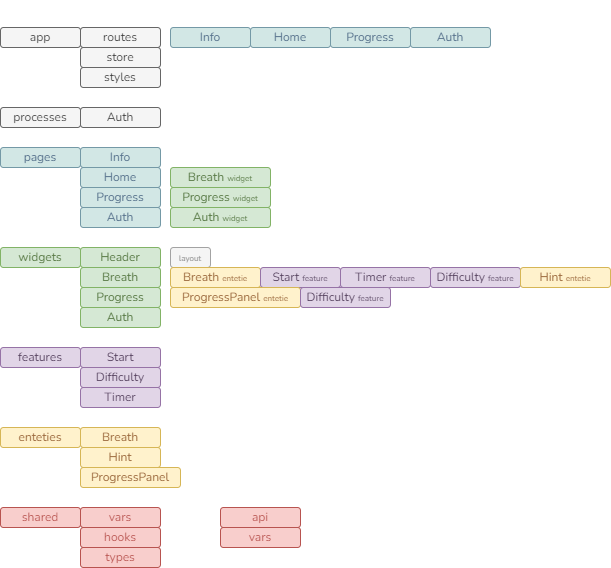
This is public/breath-structure.drawio.png from AlexandrKataev/breath-react, a draw.io export, as it was before one commit. Source tidied: cells renumbered, new cells last; positions are measured from the earlier drawing's top-left corner, leaving out a move shared by most shapes.
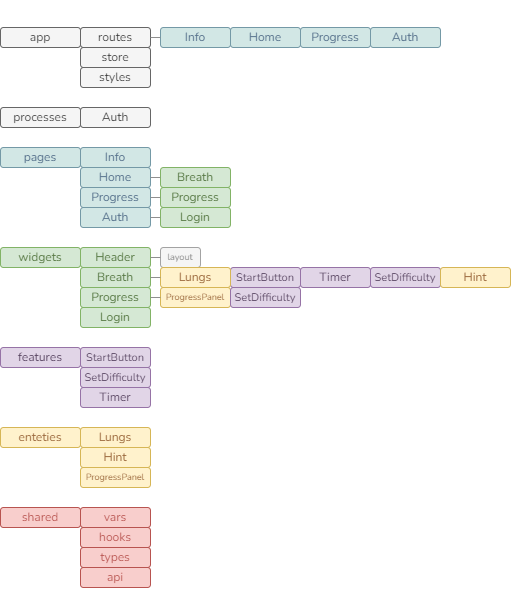
The same file after the commit.

The edit, as a diff of the source:
```diff
@@ -21,124 +21,142 @@
       <mxGeometry y="480" width="80" height="20" as="geometry" />
     </mxCell>
     <mxCell id="8" value="store" style="rounded=1;whiteSpace=wrap;html=1;fontFamily=Nunito;fontSource=https%3A%2F%2Ffonts.googleapis.com%2Fcss%3Ffamily%3DNunito;fillColor=#f5f5f5;fontColor=#333333;strokeColor=#666666;" parent="1" vertex="1">
-      <mxGeometry x="80" y="20" width="80" height="20" as="geometry" />
+      <mxGeometry x="80" y="20" width="70" height="20" as="geometry" />
     </mxCell>
     <mxCell id="9" value="styles" style="rounded=1;whiteSpace=wrap;html=1;fontFamily=Nunito;fontSource=https%3A%2F%2Ffonts.googleapis.com%2Fcss%3Ffamily%3DNunito;fillColor=#f5f5f5;fontColor=#333333;strokeColor=#666666;" parent="1" vertex="1">
-      <mxGeometry x="80" y="40" width="80" height="20" as="geometry" />
+      <mxGeometry x="80" y="40" width="70" height="20" as="geometry" />
     </mxCell>
     <mxCell id="10" value="routes" style="rounded=1;whiteSpace=wrap;html=1;fontFamily=Nunito;fontSource=https%3A%2F%2Ffonts.googleapis.com%2Fcss%3Ffamily%3DNunito;fillColor=#f5f5f5;fontColor=#333333;strokeColor=#666666;" parent="1" vertex="1">
-      <mxGeometry x="80" width="80" height="20" as="geometry" />
+      <mxGeometry x="80" width="70" height="20" as="geometry" />
     </mxCell>
     <mxCell id="11" value="Info" style="rounded=1;whiteSpace=wrap;html=1;fontFamily=Nunito;fontSource=https%3A%2F%2Ffonts.googleapis.com%2Fcss%3Ffamily%3DNunito;fillColor=#D2E7E5;strokeColor=#7499A6;fontColor=#57728C;" parent="1" vertex="1">
-      <mxGeometry x="80" y="120" width="80" height="20" as="geometry" />
+      <mxGeometry x="80" y="120" width="70" height="20" as="geometry" />
     </mxCell>
     <mxCell id="12" value="Home" style="rounded=1;whiteSpace=wrap;html=1;fontFamily=Nunito;fontSource=https%3A%2F%2Ffonts.googleapis.com%2Fcss%3Ffamily%3DNunito;fillColor=#D2E7E5;strokeColor=#7499A6;fontColor=#57728C;" parent="1" vertex="1">
-      <mxGeometry x="80" y="140" width="80" height="20" as="geometry" />
+      <mxGeometry x="80" y="140" width="70" height="20" as="geometry" />
     </mxCell>
     <mxCell id="13" value="Progress" style="rounded=1;whiteSpace=wrap;html=1;fontFamily=Nunito;fontSource=https%3A%2F%2Ffonts.googleapis.com%2Fcss%3Ffamily%3DNunito;fillColor=#D2E7E5;strokeColor=#7499A6;fontColor=#57728C;" parent="1" vertex="1">
-      <mxGeometry x="80" y="160" width="80" height="20" as="geometry" />
+      <mxGeometry x="80" y="160" width="70" height="20" as="geometry" />
     </mxCell>
-    <mxCell id="14" value="Difficulty" style="rounded=1;whiteSpace=wrap;html=1;fillColor=#e1d5e7;strokeColor=#9673a6;fontFamily=Nunito;fontSource=https%3A%2F%2Ffonts.googleapis.com%2Fcss%3Ffamily%3DNunito;fontColor=#55415E;" parent="1" vertex="1">
-      <mxGeometry x="80" y="340" width="80" height="20" as="geometry" />
+    <mxCell id="14" value="SetDifficulty" style="rounded=1;whiteSpace=wrap;html=1;fillColor=#e1d5e7;strokeColor=#9673a6;fontFamily=Nunito;fontSource=https%3A%2F%2Ffonts.googleapis.com%2Fcss%3Ffamily%3DNunito;fontColor=#55415E;fontSize=11;" parent="1" vertex="1">
+      <mxGeometry x="80" y="340" width="70" height="20" as="geometry" />
     </mxCell>
-    <mxCell id="15" value="Breath" style="rounded=1;whiteSpace=wrap;html=1;fillColor=#fff2cc;strokeColor=#d6b656;fontFamily=Nunito;fontSource=https%3A%2F%2Ffonts.googleapis.com%2Fcss%3Ffamily%3DNunito;fontColor=#9C6A3E;" parent="1" vertex="1">
-      <mxGeometry x="80" y="400" width="80" height="20" as="geometry" />
+    <mxCell id="15" value="Lungs" style="rounded=1;whiteSpace=wrap;html=1;fillColor=#fff2cc;strokeColor=#d6b656;fontFamily=Nunito;fontSource=https%3A%2F%2Ffonts.googleapis.com%2Fcss%3Ffamily%3DNunito;fontColor=#9C6A3E;" parent="1" vertex="1">
+      <mxGeometry x="80" y="400" width="70" height="20" as="geometry" />
     </mxCell>
-    <mxCell id="16" value="Start" style="rounded=1;whiteSpace=wrap;html=1;fillColor=#e1d5e7;strokeColor=#9673a6;fontFamily=Nunito;fontSource=https%3A%2F%2Ffonts.googleapis.com%2Fcss%3Ffamily%3DNunito;fontColor=#55415E;" parent="1" vertex="1">
-      <mxGeometry x="80" y="320" width="80" height="20" as="geometry" />
+    <mxCell id="16" value="StartButton" style="rounded=1;whiteSpace=wrap;html=1;fillColor=#e1d5e7;strokeColor=#9673a6;fontFamily=Nunito;fontSource=https%3A%2F%2Ffonts.googleapis.com%2Fcss%3Ffamily%3DNunito;fontColor=#55415E;fontSize=11;" parent="1" vertex="1">
+      <mxGeometry x="80" y="320" width="70" height="20" as="geometry" />
     </mxCell>
     <mxCell id="17" value="Hint" style="rounded=1;whiteSpace=wrap;html=1;fillColor=#fff2cc;strokeColor=#d6b656;fontFamily=Nunito;fontSource=https%3A%2F%2Ffonts.googleapis.com%2Fcss%3Ffamily%3DNunito;fontColor=#9C6A3E;" parent="1" vertex="1">
-      <mxGeometry x="80" y="420" width="80" height="20" as="geometry" />
+      <mxGeometry x="80" y="420" width="70" height="20" as="geometry" />
     </mxCell>
-    <mxCell id="18" value="ProgressPanel" style="rounded=1;whiteSpace=wrap;html=1;fillColor=#fff2cc;strokeColor=#d6b656;fontFamily=Nunito;fontSource=https%3A%2F%2Ffonts.googleapis.com%2Fcss%3Ffamily%3DNunito;fontColor=#9C6A3E;" parent="1" vertex="1">
-      <mxGeometry x="80" y="440" width="100" height="20" as="geometry" />
+    <mxCell id="18" value="ProgressPanel" style="rounded=1;whiteSpace=wrap;html=1;fillColor=#fff2cc;strokeColor=#d6b656;fontFamily=Nunito;fontSource=https%3A%2F%2Ffonts.googleapis.com%2Fcss%3Ffamily%3DNunito;fontColor=#9C6A3E;fontSize=9;" parent="1" vertex="1">
+      <mxGeometry x="80" y="440" width="70" height="20" as="geometry" />
     </mxCell>
     <mxCell id="19" value="Auth" style="rounded=1;whiteSpace=wrap;html=1;fontFamily=Nunito;fontSource=https%3A%2F%2Ffonts.googleapis.com%2Fcss%3Ffamily%3DNunito;fillColor=#f5f5f5;fontColor=#333333;strokeColor=#666666;" parent="1" vertex="1">
-      <mxGeometry x="80" y="80" width="80" height="20" as="geometry" />
+      <mxGeometry x="80" y="80" width="70" height="20" as="geometry" />
     </mxCell>
     <mxCell id="20" value="vars" style="rounded=1;whiteSpace=wrap;html=1;fontFamily=Nunito;fontSource=https%3A%2F%2Ffonts.googleapis.com%2Fcss%3Ffamily%3DNunito;fillColor=#f8cecc;strokeColor=#b85450;fontColor=#B85450;" parent="1" vertex="1">
-      <mxGeometry x="80" y="480" width="80" height="20" as="geometry" />
+      <mxGeometry x="80" y="480" width="70" height="20" as="geometry" />
     </mxCell>
     <mxCell id="21" value="hooks" style="rounded=1;whiteSpace=wrap;html=1;fontFamily=Nunito;fontSource=https%3A%2F%2Ffonts.googleapis.com%2Fcss%3Ffamily%3DNunito;fillColor=#f8cecc;strokeColor=#b85450;fontColor=#B85450;" parent="1" vertex="1">
-      <mxGeometry x="80" y="500" width="80" height="20" as="geometry" />
+      <mxGeometry x="80" y="500" width="70" height="20" as="geometry" />
     </mxCell>
     <mxCell id="22" value="types" style="rounded=1;whiteSpace=wrap;html=1;fontFamily=Nunito;fontSource=https%3A%2F%2Ffonts.googleapis.com%2Fcss%3Ffamily%3DNunito;fillColor=#f8cecc;strokeColor=#b85450;fontColor=#B85450;" parent="1" vertex="1">
-      <mxGeometry x="80" y="520" width="80" height="20" as="geometry" />
+      <mxGeometry x="80" y="520" width="70" height="20" as="geometry" />
     </mxCell>
     <mxCell id="23" value="widgets" style="rounded=1;whiteSpace=wrap;html=1;fillColor=#d5e8d4;strokeColor=#82b366;fontFamily=Nunito;fontSource=https%3A%2F%2Ffonts.googleapis.com%2Fcss%3Ffamily%3DNunito;fontColor=#597A46;" parent="1" vertex="1">
       <mxGeometry y="220" width="80" height="20" as="geometry" />
     </mxCell>
     <mxCell id="24" value="Header" style="rounded=1;whiteSpace=wrap;html=1;fillColor=#d5e8d4;strokeColor=#82b366;fontFamily=Nunito;fontSource=https%3A%2F%2Ffonts.googleapis.com%2Fcss%3Ffamily%3DNunito;fontColor=#597A46;" parent="1" vertex="1">
-      <mxGeometry x="80" y="220" width="80" height="20" as="geometry" />
+      <mxGeometry x="80" y="220" width="70" height="20" as="geometry" />
     </mxCell>
     <mxCell id="25" value="processes" style="rounded=1;whiteSpace=wrap;html=1;fontFamily=Nunito;fontSource=https%3A%2F%2Ffonts.googleapis.com%2Fcss%3Ffamily%3DNunito;fillColor=#f5f5f5;fontColor=#333333;strokeColor=#666666;" parent="1" vertex="1">
       <mxGeometry y="80" width="80" height="20" as="geometry" />
     </mxCell>
     <mxCell id="26" value="Auth" style="rounded=1;whiteSpace=wrap;html=1;fontFamily=Nunito;fontSource=https%3A%2F%2Ffonts.googleapis.com%2Fcss%3Ffamily%3DNunito;fillColor=#D2E7E5;strokeColor=#7499A6;fontColor=#57728C;" parent="1" vertex="1">
-      <mxGeometry x="80" y="180" width="80" height="20" as="geometry" />
+      <mxGeometry x="80" y="180" width="70" height="20" as="geometry" />
     </mxCell>
     <mxCell id="27" value="Breath" style="rounded=1;whiteSpace=wrap;html=1;fillColor=#d5e8d4;strokeColor=#82b366;fontFamily=Nunito;fontSource=https%3A%2F%2Ffonts.googleapis.com%2Fcss%3Ffamily%3DNunito;fontColor=#597A46;" parent="1" vertex="1">
-      <mxGeometry x="80" y="240" width="80" height="20" as="geometry" />
+      <mxGeometry x="80" y="240" width="70" height="20" as="geometry" />
     </mxCell>
     <mxCell id="28" value="Progress" style="rounded=1;whiteSpace=wrap;html=1;fillColor=#d5e8d4;strokeColor=#82b366;fontFamily=Nunito;fontSource=https%3A%2F%2Ffonts.googleapis.com%2Fcss%3Ffamily%3DNunito;fontColor=#597A46;" parent="1" vertex="1">
-      <mxGeometry x="80" y="260" width="80" height="20" as="geometry" />
+      <mxGeometry x="80" y="260" width="70" height="20" as="geometry" />
     </mxCell>
     <mxCell id="29" value="Timer" style="rounded=1;whiteSpace=wrap;html=1;fillColor=#e1d5e7;strokeColor=#9673a6;fontFamily=Nunito;fontSource=https%3A%2F%2Ffonts.googleapis.com%2Fcss%3Ffamily%3DNunito;fontColor=#55415E;" parent="1" vertex="1">
-      <mxGeometry x="80" y="360" width="80" height="20" as="geometry" />
+      <mxGeometry x="80" y="360" width="70" height="20" as="geometry" />
     </mxCell>
-    <mxCell id="30" value="Auth" style="rounded=1;whiteSpace=wrap;html=1;fillColor=#d5e8d4;strokeColor=#82b366;fontFamily=Nunito;fontSource=https%3A%2F%2Ffonts.googleapis.com%2Fcss%3Ffamily%3DNunito;fontColor=#597A46;" parent="1" vertex="1">
-      <mxGeometry x="80" y="280" width="80" height="20" as="geometry" />
+    <mxCell id="30" value="Login" style="rounded=1;whiteSpace=wrap;html=1;fillColor=#d5e8d4;strokeColor=#82b366;fontFamily=Nunito;fontSource=https%3A%2F%2Ffonts.googleapis.com%2Fcss%3Ffamily%3DNunito;fontColor=#597A46;" parent="1" vertex="1">
+      <mxGeometry x="80" y="280" width="70" height="20" as="geometry" />
     </mxCell>
-    <mxCell id="31" value="Breath &lt;font style=&quot;font-size: 8px;&quot;&gt;widget&lt;/font&gt;" style="rounded=1;whiteSpace=wrap;html=1;glass=0;sketch=0;fontFamily=Nunito;fontSource=https%3A%2F%2Ffonts.googleapis.com%2Fcss%3Ffamily%3DNunito;fillColor=#d5e8d4;strokeColor=#82b366;fontColor=#597A46;" parent="1" vertex="1">
-      <mxGeometry x="170" y="140" width="100" height="20" as="geometry" />
+    <mxCell id="31" value="Breath" style="rounded=1;whiteSpace=wrap;html=1;glass=0;sketch=0;fontFamily=Nunito;fontSource=https%3A%2F%2Ffonts.googleapis.com%2Fcss%3Ffamily%3DNunito;fillColor=#d5e8d4;strokeColor=#82b366;fontColor=#597A46;" parent="1" vertex="1">
+      <mxGeometry x="160" y="140" width="70" height="20" as="geometry" />
     </mxCell>
-    <mxCell id="32" value="Progress&amp;nbsp;&lt;font style=&quot;font-size: 8px;&quot;&gt;widget&lt;/font&gt;" style="rounded=1;whiteSpace=wrap;html=1;glass=0;sketch=0;fontFamily=Nunito;fontSource=https%3A%2F%2Ffonts.googleapis.com%2Fcss%3Ffamily%3DNunito;fillColor=#d5e8d4;strokeColor=#82b366;fontColor=#597A46;" parent="1" vertex="1">
-      <mxGeometry x="170" y="160" width="100" height="20" as="geometry" />
+    <mxCell id="32" value="Progress" style="rounded=1;whiteSpace=wrap;html=1;glass=0;sketch=0;fontFamily=Nunito;fontSource=https%3A%2F%2Ffonts.googleapis.com%2Fcss%3Ffamily%3DNunito;fillColor=#d5e8d4;strokeColor=#82b366;fontColor=#597A46;" parent="1" vertex="1">
+      <mxGeometry x="160" y="160" width="70" height="20" as="geometry" />
     </mxCell>
-    <mxCell id="33" value="&lt;font color=&quot;#919191&quot; style=&quot;font-size: 8px;&quot;&gt;layout&lt;/font&gt;" style="rounded=1;whiteSpace=wrap;html=1;glass=0;sketch=0;fontFamily=Nunito;fontSource=https%3A%2F%2Ffonts.googleapis.com%2Fcss%3Ffamily%3DNunito;fillColor=#f5f5f5;fontColor=#333333;strokeColor=#A3A3A3;" parent="1" vertex="1">
-      <mxGeometry x="170" y="220" width="40" height="20" as="geometry" />
+    <mxCell id="33" value="&lt;font color=&quot;#919191&quot; style=&quot;font-size: 9px;&quot;&gt;layout&lt;/font&gt;" style="rounded=1;whiteSpace=wrap;html=1;glass=0;sketch=0;fontFamily=Nunito;fontSource=https%3A%2F%2Ffonts.googleapis.com%2Fcss%3Ffamily%3DNunito;fillColor=#f5f5f5;fontColor=#333333;strokeColor=#A3A3A3;fontSize=9;" parent="1" vertex="1">
+      <mxGeometry x="160" y="220" width="40" height="20" as="geometry" />
     </mxCell>
-    <mxCell id="34" value="&lt;font color=&quot;#9c6a3e&quot;&gt;&lt;font style=&quot;&quot;&gt;Breath&amp;nbsp;&lt;/font&gt;&lt;font style=&quot;font-size: 8px;&quot;&gt;entetie&lt;/font&gt;&lt;/font&gt;" style="rounded=1;whiteSpace=wrap;html=1;glass=0;sketch=0;fillColor=#fff2cc;strokeColor=#d6b656;fontFamily=Nunito;fontSource=https%3A%2F%2Ffonts.googleapis.com%2Fcss%3Ffamily%3DNunito;fontColor=#D6B656;" parent="1" vertex="1">
-      <mxGeometry x="170" y="240" width="90" height="20" as="geometry" />
-    </mxCell>
-    <mxCell id="35" value="&lt;font&gt;Start&amp;nbsp;&lt;/font&gt;&lt;font style=&quot;font-size: 8px;&quot;&gt;feature&lt;/font&gt;" style="rounded=1;whiteSpace=wrap;html=1;glass=0;sketch=0;fillColor=#e1d5e7;strokeColor=#9673a6;fontFamily=Nunito;fontSource=https%3A%2F%2Ffonts.googleapis.com%2Fcss%3Ffamily%3DNunito;fontColor=#55415E;" parent="1" vertex="1">
-      <mxGeometry x="260" y="240" width="80" height="20" as="geometry" />
-    </mxCell>
-    <mxCell id="36" value="&lt;font&gt;Difficulty&lt;/font&gt;&amp;nbsp;&lt;font style=&quot;font-size: 8px;&quot;&gt;feature&lt;/font&gt;" style="rounded=1;whiteSpace=wrap;html=1;glass=0;sketch=0;fillColor=#e1d5e7;strokeColor=#9673a6;fontFamily=Nunito;fontSource=https%3A%2F%2Ffonts.googleapis.com%2Fcss%3Ffamily%3DNunito;fontColor=#55415E;" parent="1" vertex="1">
-      <mxGeometry x="430" y="240" width="90" height="20" as="geometry" />
-    </mxCell>
-    <mxCell id="37" value="&lt;font&gt;Timer&amp;nbsp;&lt;/font&gt;&lt;font style=&quot;font-size: 8px;&quot;&gt;feature&lt;/font&gt;" style="rounded=1;whiteSpace=wrap;html=1;glass=0;sketch=0;fillColor=#e1d5e7;strokeColor=#9673a6;fontFamily=Nunito;fontSource=https%3A%2F%2Ffonts.googleapis.com%2Fcss%3Ffamily%3DNunito;fontColor=#55415E;" parent="1" vertex="1">
-      <mxGeometry x="340" y="240" width="90" height="20" as="geometry" />
-    </mxCell>
-    <mxCell id="38" value="&lt;font style=&quot;&quot;&gt;Hint&amp;nbsp;&lt;/font&gt;&lt;font style=&quot;font-size: 8px;&quot;&gt;entetie&lt;/font&gt;" style="rounded=1;whiteSpace=wrap;html=1;glass=0;sketch=0;fillColor=#fff2cc;strokeColor=#d6b656;fontFamily=Nunito;fontSource=https%3A%2F%2Ffonts.googleapis.com%2Fcss%3Ffamily%3DNunito;fontColor=#9C6A3E;" parent="1" vertex="1">
-      <mxGeometry x="520" y="240" width="90" height="20" as="geometry" />
-    </mxCell>
-    <mxCell id="39" value="&lt;font style=&quot;&quot;&gt;ProgressPanel&amp;nbsp;&lt;/font&gt;&lt;font style=&quot;font-size: 8px;&quot;&gt;entetie&lt;/font&gt;" style="rounded=1;whiteSpace=wrap;html=1;glass=0;sketch=0;fillColor=#fff2cc;strokeColor=#d6b656;fontFamily=Nunito;fontSource=https%3A%2F%2Ffonts.googleapis.com%2Fcss%3Ffamily%3DNunito;fontColor=#9C6A3E;" parent="1" vertex="1">
-      <mxGeometry x="170" y="260" width="130" height="20" as="geometry" />
-    </mxCell>
-    <mxCell id="40" value="Difficulty&amp;nbsp;&lt;font style=&quot;font-size: 8px;&quot;&gt;feature&lt;/font&gt;" style="rounded=1;whiteSpace=wrap;html=1;glass=0;sketch=0;fillColor=#e1d5e7;strokeColor=#9673a6;fontFamily=Nunito;fontSource=https%3A%2F%2Ffonts.googleapis.com%2Fcss%3Ffamily%3DNunito;fontColor=#55415E;" parent="1" vertex="1">
-      <mxGeometry x="300" y="260" width="90" height="20" as="geometry" />
-    </mxCell>
-    <mxCell id="41" value="Auth&amp;nbsp;&lt;font style=&quot;font-size: 8px;&quot;&gt;widget&lt;/font&gt;" style="rounded=1;whiteSpace=wrap;html=1;glass=0;sketch=0;fontFamily=Nunito;fontSource=https%3A%2F%2Ffonts.googleapis.com%2Fcss%3Ffamily%3DNunito;fillColor=#d5e8d4;strokeColor=#82b366;fontColor=#597A46;" parent="1" vertex="1">
-      <mxGeometry x="170" y="180" width="100" height="20" as="geometry" />
+    <mxCell id="41" value="Login" style="rounded=1;whiteSpace=wrap;html=1;glass=0;sketch=0;fontFamily=Nunito;fontSource=https%3A%2F%2Ffonts.googleapis.com%2Fcss%3Ffamily%3DNunito;fillColor=#d5e8d4;strokeColor=#82b366;fontColor=#597A46;" parent="1" vertex="1">
+      <mxGeometry x="160" y="180" width="70" height="20" as="geometry" />
     </mxCell>
+    <mxCell id="46" value="api" style="rounded=1;whiteSpace=wrap;html=1;fontFamily=Nunito;fontSource=https%3A%2F%2Ffonts.googleapis.com%2Fcss%3Ffamily%3DNunito;fillColor=#f8cecc;strokeColor=#b85450;fontColor=#B85450;" parent="1" vertex="1">
+      <mxGeometry x="80" y="540" width="70" height="20" as="geometry" />
+    </mxCell>
+    <mxCell id="48" value="StartButton" style="rounded=1;whiteSpace=wrap;html=1;fillColor=#e1d5e7;strokeColor=#9673a6;fontFamily=Nunito;fontSource=https%3A%2F%2Ffonts.googleapis.com%2Fcss%3Ffamily%3DNunito;fontColor=#55415E;fontSize=11;" parent="1" vertex="1">
+      <mxGeometry x="230" y="240" width="70" height="20" as="geometry" />
+    </mxCell>
+    <mxCell id="49" value="ProgressPanel" style="rounded=1;whiteSpace=wrap;html=1;fillColor=#fff2cc;strokeColor=#d6b656;fontFamily=Nunito;fontSource=https%3A%2F%2Ffonts.googleapis.com%2Fcss%3Ffamily%3DNunito;fontColor=#9C6A3E;fontSize=9;" parent="1" vertex="1">
+      <mxGeometry x="160" y="260" width="70" height="20" as="geometry" />
+    </mxCell>
+    <mxCell id="50" value="Lungs" style="rounded=1;whiteSpace=wrap;html=1;fillColor=#fff2cc;strokeColor=#d6b656;fontFamily=Nunito;fontSource=https%3A%2F%2Ffonts.googleapis.com%2Fcss%3Ffamily%3DNunito;fontColor=#9C6A3E;" parent="1" vertex="1">
+      <mxGeometry x="160" y="240" width="70" height="20" as="geometry" />
+    </mxCell>
+    <mxCell id="51" value="Timer" style="rounded=1;whiteSpace=wrap;html=1;fillColor=#e1d5e7;strokeColor=#9673a6;fontFamily=Nunito;fontSource=https%3A%2F%2Ffonts.googleapis.com%2Fcss%3Ffamily%3DNunito;fontColor=#55415E;" parent="1" vertex="1">
+      <mxGeometry x="300" y="240" width="70" height="20" as="geometry" />
+    </mxCell>
+    <mxCell id="52" value="SetDifficulty" style="rounded=1;whiteSpace=wrap;html=1;fillColor=#e1d5e7;strokeColor=#9673a6;fontFamily=Nunito;fontSource=https%3A%2F%2Ffonts.googleapis.com%2Fcss%3Ffamily%3DNunito;fontColor=#55415E;fontSize=11;" parent="1" vertex="1">
+      <mxGeometry x="370" y="240" width="70" height="20" as="geometry" />
+    </mxCell>
     <mxCell id="42" value="Info" style="rounded=1;whiteSpace=wrap;html=1;fontFamily=Nunito;fontSource=https%3A%2F%2Ffonts.googleapis.com%2Fcss%3Ffamily%3DNunito;fillColor=#D2E7E5;strokeColor=#7499A6;fontColor=#57728C;" parent="1" vertex="1">
-      <mxGeometry x="170" width="80" height="20" as="geometry" />
+      <mxGeometry x="160" width="70" height="20" as="geometry" />
     </mxCell>
     <mxCell id="43" value="Home" style="rounded=1;whiteSpace=wrap;html=1;fontFamily=Nunito;fontSource=https%3A%2F%2Ffonts.googleapis.com%2Fcss%3Ffamily%3DNunito;fillColor=#D2E7E5;strokeColor=#7499A6;fontColor=#57728C;" parent="1" vertex="1">
-      <mxGeometry x="250" width="80" height="20" as="geometry" />
+      <mxGeometry x="230" width="70" height="20" as="geometry" />
     </mxCell>
     <mxCell id="44" value="Progress" style="rounded=1;whiteSpace=wrap;html=1;fontFamily=Nunito;fontSource=https%3A%2F%2Ffonts.googleapis.com%2Fcss%3Ffamily%3DNunito;fillColor=#D2E7E5;strokeColor=#7499A6;fontColor=#57728C;" parent="1" vertex="1">
-      <mxGeometry x="330" width="80" height="20" as="geometry" />
+      <mxGeometry x="300" width="70" height="20" as="geometry" />
     </mxCell>
     <mxCell id="45" value="Auth" style="rounded=1;whiteSpace=wrap;html=1;fontFamily=Nunito;fontSource=https%3A%2F%2Ffonts.googleapis.com%2Fcss%3Ffamily%3DNunito;fillColor=#D2E7E5;strokeColor=#7499A6;fontColor=#57728C;" parent="1" vertex="1">
-      <mxGeometry x="410" width="80" height="20" as="geometry" />
+      <mxGeometry x="370" width="70" height="20" as="geometry" />
     </mxCell>
-    <mxCell id="46" value="api" style="rounded=1;whiteSpace=wrap;html=1;fontFamily=Nunito;fontSource=https%3A%2F%2Ffonts.googleapis.com%2Fcss%3Ffamily%3DNunito;fillColor=#f8cecc;strokeColor=#b85450;fontColor=#B85450;" parent="1" vertex="1">
-      <mxGeometry x="220" y="480" width="80" height="20" as="geometry" />
-    </mxCell>
-    <mxCell id="47" value="vars" style="rounded=1;whiteSpace=wrap;html=1;fontFamily=Nunito;fontSource=https%3A%2F%2Ffonts.googleapis.com%2Fcss%3Ffamily%3DNunito;fillColor=#f8cecc;strokeColor=#b85450;fontColor=#B85450;" parent="1" vertex="1">
-      <mxGeometry x="220" y="500" width="80" height="20" as="geometry" />
-    </mxCell>
+    <mxCell id="53" value="Hint" style="rounded=1;whiteSpace=wrap;html=1;fillColor=#fff2cc;strokeColor=#d6b656;fontFamily=Nunito;fontSource=https%3A%2F%2Ffonts.googleapis.com%2Fcss%3Ffamily%3DNunito;fontColor=#9C6A3E;" parent="1" vertex="1">
+      <mxGeometry x="440" y="240" width="70" height="20" as="geometry" />
+    </mxCell>
+    <mxCell id="54" value="SetDifficulty" style="rounded=1;whiteSpace=wrap;html=1;fillColor=#e1d5e7;strokeColor=#9673a6;fontFamily=Nunito;fontSource=https%3A%2F%2Ffonts.googleapis.com%2Fcss%3Ffamily%3DNunito;fontColor=#55415E;fontSize=11;" parent="1" vertex="1">
+      <mxGeometry x="230" y="260" width="70" height="20" as="geometry" />
+    </mxCell>
+    <mxCell id="55" style="line;strokeWidth=1;strokeColor=#8F8F8F;fontSize=1;html=1;" parent="1" vertex="1">
+      <mxGeometry x="150" y="145" width="10" height="10" as="geometry" />
+    </mxCell>
+    <mxCell id="56" style="line;strokeWidth=1;strokeColor=#8F8F8F;fontSize=1;html=1;" parent="1" vertex="1">
+      <mxGeometry x="150" y="165" width="10" height="10" as="geometry" />
+    </mxCell>
+    <mxCell id="57" style="line;strokeWidth=1;strokeColor=#8F8F8F;fontSize=1;html=1;" parent="1" vertex="1">
+      <mxGeometry x="150" y="185" width="10" height="10" as="geometry" />
+    </mxCell>
+    <mxCell id="58" style="line;strokeWidth=1;strokeColor=#8F8F8F;fontSize=1;html=1;" parent="1" vertex="1">
+      <mxGeometry x="150" y="225" width="10" height="10" as="geometry" />
+    </mxCell>
+    <mxCell id="59" style="line;strokeWidth=1;strokeColor=#8F8F8F;fontSize=1;html=1;" parent="1" vertex="1">
+      <mxGeometry x="150" y="245" width="10" height="10" as="geometry" />
+    </mxCell>
+    <mxCell id="60" style="line;strokeWidth=1;strokeColor=#8F8F8F;fontSize=1;html=1;" parent="1" vertex="1">
+      <mxGeometry x="150" y="265" width="10" height="10" as="geometry" />
+    </mxCell>
+    <mxCell id="61" style="line;strokeWidth=1;strokeColor=#8F8F8F;fontSize=1;html=1;" parent="1" vertex="1">
+      <mxGeometry x="150" y="5" width="10" height="10" as="geometry" />
+    </mxCell>
   </root>
 </mxGraphModel>
```
